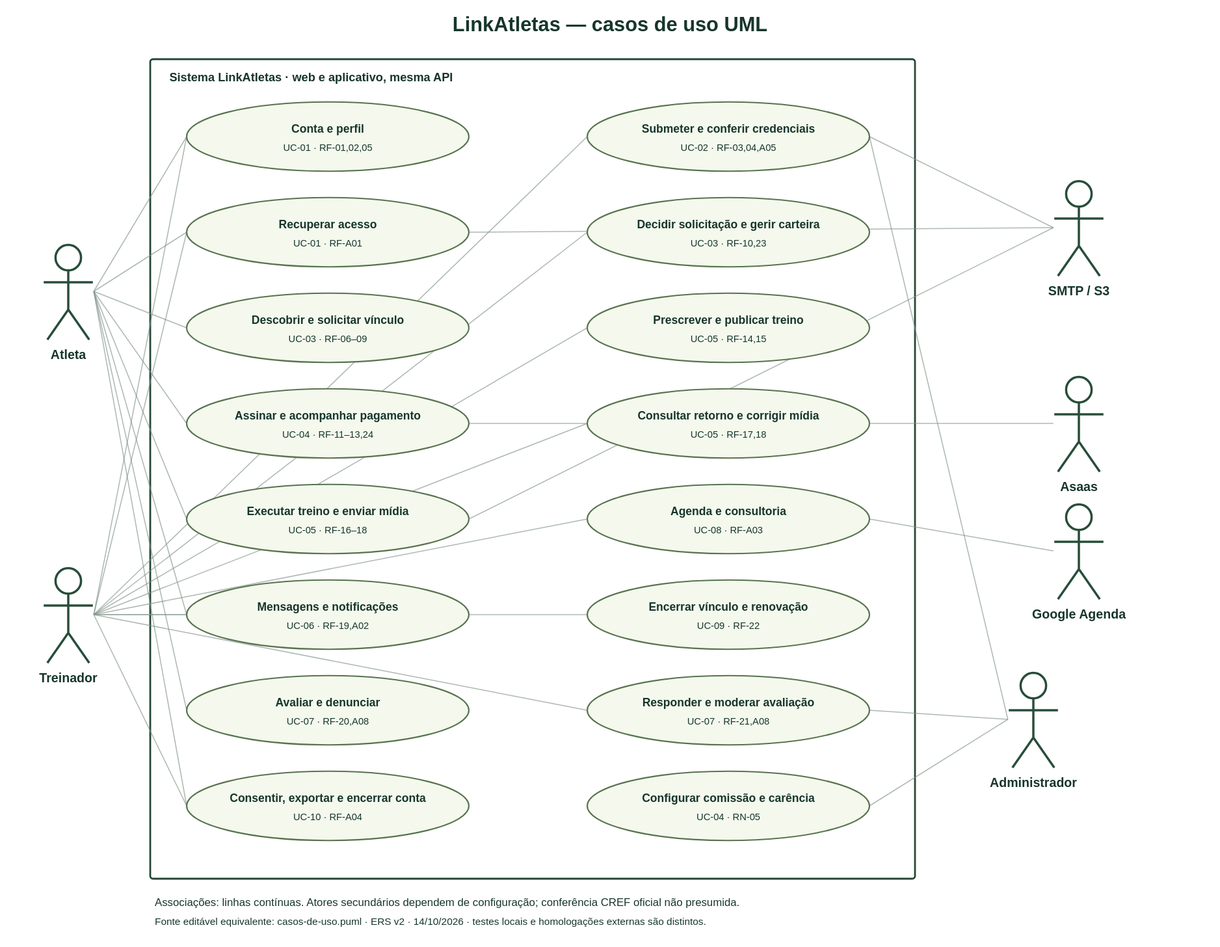
DaviSouza78/LinkAtletas keeps this PlantUML diagram as docs/evolucao/diagramas/casos-de-uso.svg. Above is the earlier version. Its source is kept beside it as docs/evolucao/diagramas/casos-de-uso.puml.
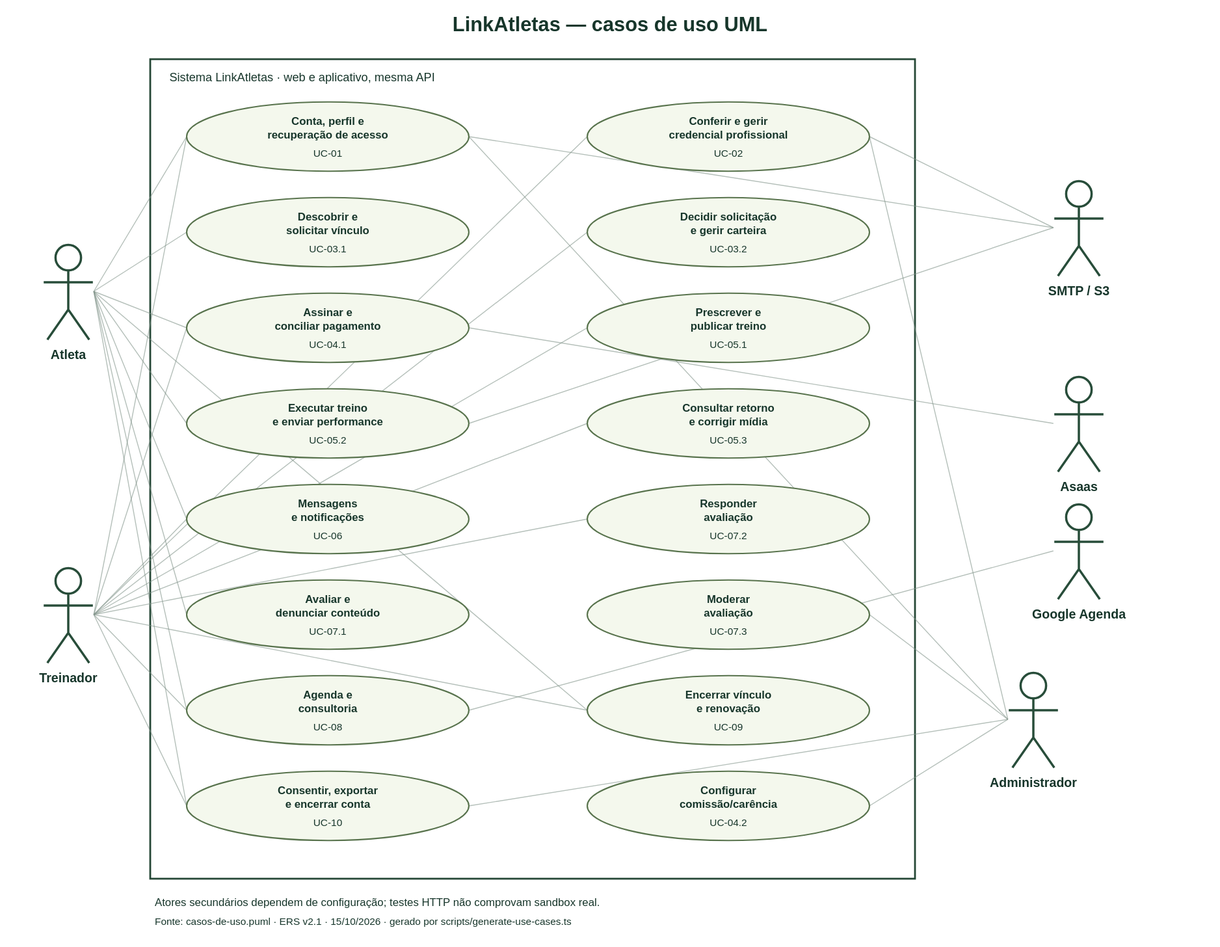
Above is the later version.

The edit, as a diff of the source:
```diff
@@ -10,23 +10,24 @@
 rectangle LinkAtletas {
   usecase "UC-01 Conta, perfil e\nrecuperação de acesso" as Conta
   usecase "UC-02 Conferir e gerir\ncredencial profissional" as Credencial
-  usecase "UC-03 Descobrir e\nsolicitar vínculo" as Descoberta
-  usecase "UC-03 Decidir solicitação\ne gerir carteira" as Carteira
-  usecase "UC-04 Assinar e\nconciliar pagamento" as Financeiro
-  usecase "UC-05 Prescrever e\npublicar treino" as Prescricao
-  usecase "UC-05 Executar treino\ne enviar performance" as Execucao
-  usecase "UC-05 Consultar retorno\ne corrigir mídia" as Correcao
+  usecase "UC-03.1 Descobrir e\nsolicitar vínculo" as Descoberta
+  usecase "UC-03.2 Decidir solicitação\ne gerir carteira" as Carteira
+  usecase "UC-04.1 Assinar e\nconciliar pagamento" as Financeiro
+  usecase "UC-05.1 Prescrever e\npublicar treino" as Prescricao
+  usecase "UC-05.2 Executar treino\ne enviar performance" as Execucao
+  usecase "UC-05.3 Consultar retorno\ne corrigir mídia" as Correcao
   usecase "UC-06 Mensagens\ne notificações" as Chat
-  usecase "UC-07 Avaliar e\ndenunciar conteúdo" as Review
-  usecase "UC-07 Responder\navaliação" as Resposta
-  usecase "UC-07 Moderar\navaliação" as Moderacao
+  usecase "UC-07.1 Avaliar e\ndenunciar conteúdo" as Review
+  usecase "UC-07.2 Responder\navaliação" as Resposta
+  usecase "UC-07.3 Moderar\navaliação" as Moderacao
   usecase "UC-08 Agenda e\nconsultoria" as Agenda
   usecase "UC-09 Encerrar vínculo\ne renovação" as Encerrar
   usecase "UC-10 Consentir, exportar\ne encerrar conta" as Privacidade
-  usecase "UC-04 Configurar\ncomissão/carência" as Taxa
+  usecase "UC-04.2 Configurar\ncomissão/carência" as Taxa
 }
 Atleta -- Conta
 Treinador -- Conta
+Administrador -- Conta
 Atleta -- Descoberta
 Treinador -- Carteira
 Treinador -- Credencial
@@ -50,6 +51,7 @@
 Treinador -- Encerrar
 Atleta -- Privacidade
 Treinador -- Privacidade
+Administrador -- Privacidade
 Servicos -- Conta
 Servicos -- Execucao
 Servicos -- Credencial
```
